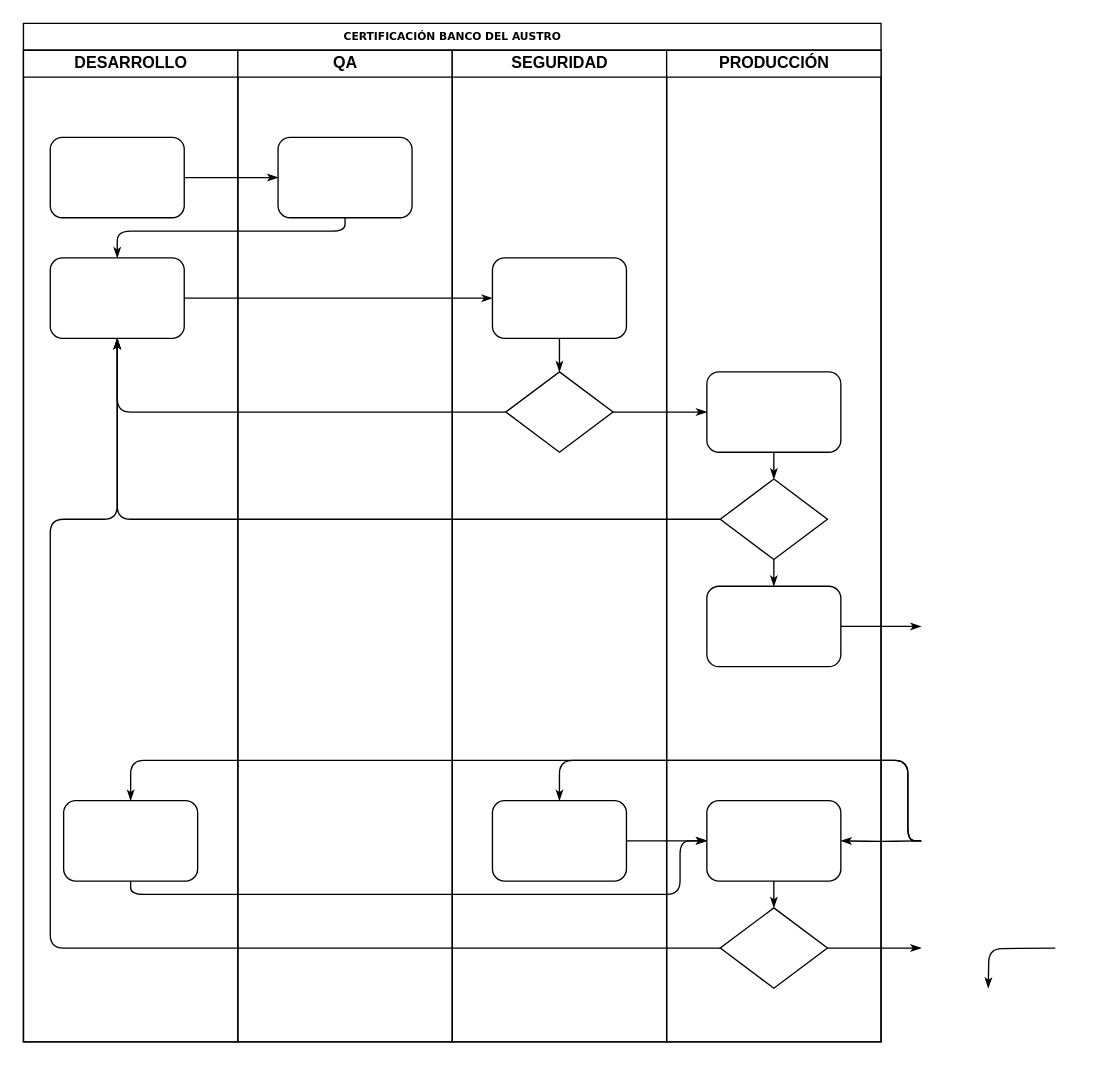
The draw.io diagram Untitled Diagram.drawio in MIchaelSalazar16/Trabajos, before the edit. Source tidied: cells renumbered, new cells numbered last; positions are measured from the earlier drawing's top-left corner, leaving out a move shared by most shapes. Both pictures are drawn from the tidied source at 134%, with x=0, y=0 at pixel (23, 23).
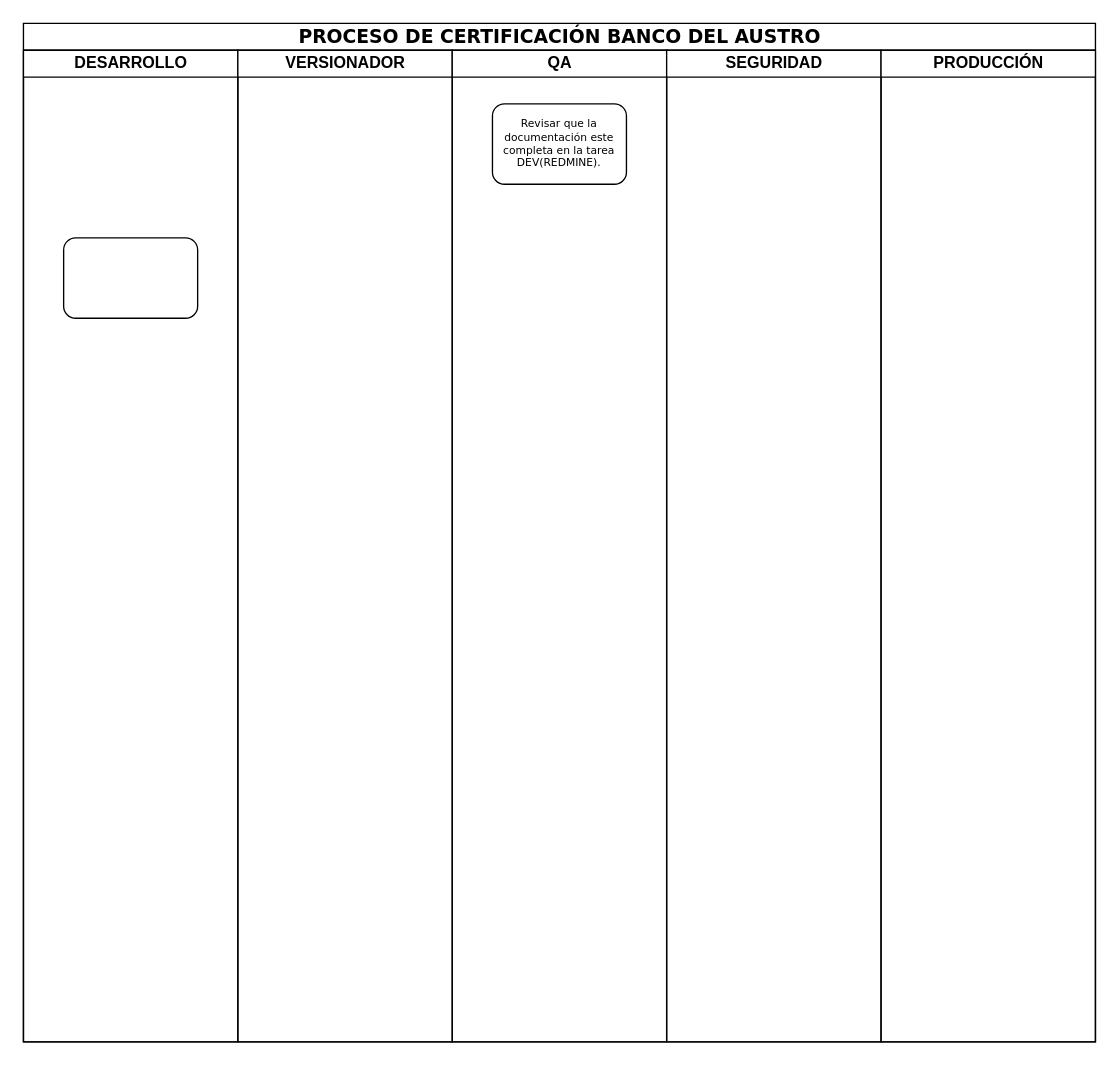
The same page after the edit.

Unchanged cells that the change refers to:
```xml
<mxCell id="3" value="DESARROLLO" style="swimlane;html=1;startSize=20;" parent="2" vertex="1">
  <mxGeometry y="20" width="160" height="740" as="geometry" />
</mxCell>
```

The edit, as a diff of the source:
```diff
@@
-    <mxCell id="2" value="CERTIFICACIÓN BANCO DEL AUSTRO" style="swimlane;html=1;startSize=20;rounded=0;shadow=0;labelBackgroundColor=none;strokeWidth=1;fontFamily=Verdana;fontSize=8;align=center;" parent="1" vertex="1">
-      <mxGeometry width="640" height="760" as="geometry" />
+    <mxCell id="2" value="&lt;font style=&quot;vertical-align: inherit ; font-size: 14px&quot;&gt;PROCESO DE CERTIFICACIÓN BANCO DEL AUSTRO&lt;/font&gt;" style="swimlane;html=1;startSize=20;rounded=0;shadow=0;labelBackgroundColor=none;strokeWidth=1;fontFamily=Verdana;fontSize=8;align=center;" parent="1" vertex="1">
+      <mxGeometry width="800" height="760" as="geometry" />
     </mxCell>
@@
+    <mxCell id="5" style="rounded=1;whiteSpace=wrap;html=1;shadow=0;labelBackgroundColor=none;strokeWidth=1;fontFamily=Verdana;fontSize=8;align=center;" parent="3" vertex="1">
+      <mxGeometry x="30" y="140" width="100" height="60" as="geometry" />
+    </mxCell>
+    <mxCell id="22" value="VERSIONADOR" style="swimlane;html=1;startSize=20;" parent="2" vertex="1">
+      <mxGeometry x="160" y="20" width="160" height="740" as="geometry" />
+    </mxCell>
+    <mxCell id="24" value="QA" style="swimlane;html=1;startSize=20;" parent="2" vertex="1">
+      <mxGeometry x="320" y="20" width="160" height="740" as="geometry" />
+    </mxCell>
-    <mxCell id="4" style="rounded=1;whiteSpace=wrap;html=1;shadow=0;labelBackgroundColor=none;strokeWidth=1;fontFamily=Verdana;fontSize=8;align=center;" parent="3" vertex="1">
-      <mxGeometry x="20" y="65" width="100" height="60" as="geometry" />
+    <mxCell id="4" value="Revisar que la documentación este completa en la tarea DEV(REDMINE)." style="rounded=1;whiteSpace=wrap;html=1;shadow=0;labelBackgroundColor=none;strokeWidth=1;fontFamily=Verdana;fontSize=8;align=center;" parent="24" vertex="1">
+      <mxGeometry x="30" y="40" width="100" height="60" as="geometry" />
     </mxCell>
-    <mxCell id="5" style="rounded=1;whiteSpace=wrap;html=1;shadow=0;labelBackgroundColor=none;strokeWidth=1;fontFamily=Verdana;fontSize=8;align=center;" parent="3" vertex="1">
-      <mxGeometry x="20" y="155" width="100" height="60" as="geometry" />
-    </mxCell>
-    <mxCell id="6" style="rounded=1;whiteSpace=wrap;html=1;shadow=0;labelBackgroundColor=none;strokeWidth=1;fontFamily=Verdana;fontSize=8;align=center;" parent="3" vertex="1">
-      <mxGeometry x="30" y="560" width="100" height="60" as="geometry" />
-    </mxCell>
-    <mxCell id="7" style="edgeStyle=orthogonalEdgeStyle;rounded=1;html=1;labelBackgroundColor=none;startArrow=none;startFill=0;startSize=5;endArrow=classicThin;endFill=1;endSize=5;jettySize=auto;strokeWidth=1;fontFamily=Verdana;fontSize=8;" parent="2" edge="1" source="4" target="23">
-      <mxGeometry relative="1" as="geometry" />
-    </mxCell>
-    <mxCell id="8" style="edgeStyle=orthogonalEdgeStyle;rounded=1;html=1;labelBackgroundColor=none;startArrow=none;startFill=0;startSize=5;endArrow=classicThin;endFill=1;endSize=5;jettySize=auto;strokeWidth=1;fontFamily=Verdana;fontSize=8;" parent="2" edge="1" source="23" target="5">
-      <mxGeometry relative="1" as="geometry">
-        <Array as="points">
-          <mxPoint x="240" y="155" />
-          <mxPoint x="70" y="155" />
-        </Array>
-      </mxGeometry>
-    </mxCell>
-    <mxCell id="9" style="edgeStyle=orthogonalEdgeStyle;rounded=1;html=1;labelBackgroundColor=none;startArrow=none;startFill=0;startSize=5;endArrow=classicThin;endFill=1;endSize=5;jettySize=auto;strokeWidth=1;fontFamily=Verdana;fontSize=8;" parent="2" edge="1" source="5" target="25">
-      <mxGeometry relative="1" as="geometry" />
-    </mxCell>
-    <mxCell id="10" style="edgeStyle=orthogonalEdgeStyle;rounded=1;html=1;labelBackgroundColor=none;startArrow=none;startFill=0;startSize=5;endArrow=classicThin;endFill=1;endSize=5;jettySize=auto;strokeWidth=1;fontFamily=Verdana;fontSize=8;" parent="2" edge="1" source="26" target="5">
-      <mxGeometry relative="1" as="geometry" />
-    </mxCell>
-    <mxCell id="11" style="edgeStyle=orthogonalEdgeStyle;rounded=1;html=1;labelBackgroundColor=none;startArrow=none;startFill=0;startSize=5;endArrow=classicThin;endFill=1;endSize=5;jettySize=auto;strokeWidth=1;fontFamily=Verdana;fontSize=8;" parent="2" edge="1" source="31" target="5">
-      <mxGeometry relative="1" as="geometry" />
-    </mxCell>
-    <mxCell id="12" style="edgeStyle=orthogonalEdgeStyle;rounded=1;html=1;labelBackgroundColor=none;startArrow=none;startFill=0;startSize=5;endArrow=classicThin;endFill=1;endSize=5;jettySize=auto;strokeWidth=1;fontFamily=Verdana;fontSize=8;" parent="2" edge="1" source="34" target="5">
-      <mxGeometry relative="1" as="geometry">
-        <Array as="points">
-          <mxPoint x="20" y="690" />
-          <mxPoint x="20" y="370" />
-          <mxPoint x="70" y="370" />
-        </Array>
-      </mxGeometry>
-    </mxCell>
-    <mxCell id="13" style="edgeStyle=orthogonalEdgeStyle;rounded=1;html=1;labelBackgroundColor=none;startArrow=none;startFill=0;startSize=5;endArrow=classicThin;endFill=1;endSize=5;jettySize=auto;strokeWidth=1;fontFamily=Verdana;fontSize=8;" parent="2" edge="1" source="26" target="30">
-      <mxGeometry relative="1" as="geometry" />
-    </mxCell>
-    <mxCell id="14" style="edgeStyle=orthogonalEdgeStyle;rounded=1;html=1;labelBackgroundColor=none;startArrow=none;startFill=0;startSize=5;endArrow=classicThin;endFill=1;endSize=5;jettySize=auto;strokeWidth=1;fontFamily=Verdana;fontSize=8;" parent="2" edge="1" source="34">
-      <mxGeometry relative="1" as="geometry">
-        <mxPoint x="670" y="690" as="targetPoint" />
-      </mxGeometry>
-    </mxCell>
-    <mxCell id="15" style="edgeStyle=orthogonalEdgeStyle;rounded=1;html=1;labelBackgroundColor=none;startArrow=none;startFill=0;startSize=5;endArrow=classicThin;endFill=1;endSize=5;jettySize=auto;orthogonalLoop=1;strokeWidth=1;fontFamily=Verdana;fontSize=8;" parent="2" edge="1">
-      <mxGeometry relative="1" as="geometry">
-        <mxPoint x="770" y="690" as="sourcePoint" />
-        <mxPoint x="720" y="720" as="targetPoint" />
-      </mxGeometry>
-    </mxCell>
-    <mxCell id="16" style="edgeStyle=orthogonalEdgeStyle;rounded=1;html=1;labelBackgroundColor=none;startArrow=none;startFill=0;startSize=5;endArrow=classicThin;endFill=1;endSize=5;jettySize=auto;strokeWidth=1;fontFamily=Verdana;fontSize=8;" parent="2" edge="1" source="32">
-      <mxGeometry relative="1" as="geometry">
-        <mxPoint x="670" y="450" as="targetPoint" />
-      </mxGeometry>
-    </mxCell>
-    <mxCell id="17" style="edgeStyle=orthogonalEdgeStyle;rounded=1;html=1;labelBackgroundColor=none;startArrow=none;startFill=0;startSize=5;endArrow=classicThin;endFill=1;endSize=5;jettySize=auto;strokeWidth=1;fontFamily=Verdana;fontSize=8;" parent="2" edge="1" target="27">
-      <mxGeometry relative="1" as="geometry">
-        <mxPoint x="670" y="610" as="sourcePoint" />
-        <Array as="points">
-          <mxPoint x="660" y="610" />
-          <mxPoint x="660" y="550" />
-          <mxPoint x="400" y="550" />
-        </Array>
-      </mxGeometry>
-    </mxCell>
-    <mxCell id="18" style="edgeStyle=orthogonalEdgeStyle;rounded=1;html=1;labelBackgroundColor=none;startArrow=none;startFill=0;startSize=5;endArrow=classicThin;endFill=1;endSize=5;jettySize=auto;strokeColor=#000000;strokeWidth=1;fontFamily=Verdana;fontSize=8;fontColor=#000000;" parent="2" edge="1" target="33">
-      <mxGeometry relative="1" as="geometry">
-        <mxPoint x="670" y="610" as="sourcePoint" />
-      </mxGeometry>
-    </mxCell>
-    <mxCell id="19" style="edgeStyle=orthogonalEdgeStyle;rounded=1;html=1;labelBackgroundColor=none;startArrow=none;startFill=0;startSize=5;endArrow=classicThin;endFill=1;endSize=5;jettySize=auto;strokeWidth=1;fontFamily=Verdana;fontSize=8;" parent="2" edge="1" target="6">
-      <mxGeometry relative="1" as="geometry">
-        <mxPoint x="670" y="610" as="sourcePoint" />
-        <Array as="points">
-          <mxPoint x="660" y="610" />
-          <mxPoint x="660" y="550" />
-          <mxPoint x="80" y="550" />
-        </Array>
-      </mxGeometry>
-    </mxCell>
-    <mxCell id="20" style="edgeStyle=orthogonalEdgeStyle;rounded=1;html=1;labelBackgroundColor=none;startArrow=none;startFill=0;startSize=5;endArrow=classicThin;endFill=1;endSize=5;jettySize=auto;strokeWidth=1;fontFamily=Verdana;fontSize=8;" parent="2" edge="1" source="6" target="33">
-      <mxGeometry relative="1" as="geometry">
-        <Array as="points">
-          <mxPoint x="80" y="650" />
-          <mxPoint x="490" y="650" />
-          <mxPoint x="490" y="610" />
-        </Array>
-      </mxGeometry>
-    </mxCell>
-    <mxCell id="21" style="edgeStyle=orthogonalEdgeStyle;rounded=1;html=1;labelBackgroundColor=none;startArrow=none;startFill=0;startSize=5;endArrow=classicThin;endFill=1;endSize=5;jettySize=auto;strokeWidth=1;fontFamily=Verdana;fontSize=8;" parent="2" edge="1" source="27" target="33">
-      <mxGeometry relative="1" as="geometry" />
-    </mxCell>
-    <mxCell id="22" value="QA" style="swimlane;html=1;startSize=20;" parent="2" vertex="1">
-      <mxGeometry x="160" y="20" width="160" height="740" as="geometry" />
-    </mxCell>
-    <mxCell id="23" style="rounded=1;whiteSpace=wrap;html=1;shadow=0;labelBackgroundColor=none;strokeWidth=1;fontFamily=Verdana;fontSize=8;align=center;" parent="22" vertex="1">
-      <mxGeometry x="30" y="65" width="100" height="60" as="geometry" />
-    </mxCell>
-    <mxCell id="24" value="SEGURIDAD" style="swimlane;html=1;startSize=20;" parent="2" vertex="1">
-      <mxGeometry x="320" y="20" width="160" height="740" as="geometry" />
-    </mxCell>
-    <mxCell id="25" style="rounded=1;whiteSpace=wrap;html=1;shadow=0;labelBackgroundColor=none;strokeWidth=1;fontFamily=Verdana;fontSize=8;align=center;" parent="24" vertex="1">
-      <mxGeometry x="30" y="155" width="100" height="60" as="geometry" />
-    </mxCell>
-    <mxCell id="26" style="rhombus;whiteSpace=wrap;html=1;rounded=0;shadow=0;labelBackgroundColor=none;strokeWidth=1;fontFamily=Verdana;fontSize=8;align=center;" parent="24" vertex="1">
-      <mxGeometry x="40" y="240" width="80" height="60" as="geometry" />
-    </mxCell>
-    <mxCell id="27" style="rounded=1;whiteSpace=wrap;html=1;shadow=0;labelBackgroundColor=none;strokeWidth=1;fontFamily=Verdana;fontSize=8;align=center;" parent="24" vertex="1">
-      <mxGeometry x="30" y="560" width="100" height="60" as="geometry" />
-    </mxCell>
-    <mxCell id="28" style="edgeStyle=orthogonalEdgeStyle;rounded=1;html=1;labelBackgroundColor=none;startArrow=none;startFill=0;startSize=5;endArrow=classicThin;endFill=1;endSize=5;jettySize=auto;strokeWidth=1;fontFamily=Verdana;fontSize=8;" parent="24" edge="1" source="25" target="26">
-      <mxGeometry relative="1" as="geometry" />
-    </mxCell>
-    <mxCell id="29" value="PRODUCCIÓN" style="swimlane;html=1;startSize=20;" parent="2" vertex="1">
+    <mxCell id="29" value="SEGURIDAD" style="swimlane;html=1;startSize=20;" parent="2" vertex="1">
       <mxGeometry x="480" y="20" width="160" height="740" as="geometry" />
     </mxCell>
-    <mxCell id="30" style="rounded=1;whiteSpace=wrap;html=1;shadow=0;labelBackgroundColor=none;strokeWidth=1;fontFamily=Verdana;fontSize=8;align=center;" parent="29" vertex="1">
-      <mxGeometry x="30" y="240" width="100" height="60" as="geometry" />
-    </mxCell>
-    <mxCell id="31" style="rhombus;whiteSpace=wrap;html=1;rounded=0;shadow=0;labelBackgroundColor=none;strokeWidth=1;fontFamily=Verdana;fontSize=8;align=center;" parent="29" vertex="1">
-      <mxGeometry x="40" y="320" width="80" height="60" as="geometry" />
-    </mxCell>
-    <mxCell id="32" style="rounded=1;whiteSpace=wrap;html=1;shadow=0;labelBackgroundColor=none;strokeWidth=1;fontFamily=Verdana;fontSize=8;align=center;" parent="29" vertex="1">
-      <mxGeometry x="30" y="400" width="100" height="60" as="geometry" />
-    </mxCell>
-    <mxCell id="33" style="rounded=1;whiteSpace=wrap;html=1;shadow=0;labelBackgroundColor=none;strokeWidth=1;fontFamily=Verdana;fontSize=8;align=center;" parent="29" vertex="1">
-      <mxGeometry x="30" y="560" width="100" height="60" as="geometry" />
-    </mxCell>
-    <mxCell id="34" style="rhombus;whiteSpace=wrap;html=1;rounded=0;shadow=0;labelBackgroundColor=none;strokeWidth=1;fontFamily=Verdana;fontSize=8;align=center;" parent="29" vertex="1">
-      <mxGeometry x="40" y="640" width="80" height="60" as="geometry" />
-    </mxCell>
-    <mxCell id="35" style="edgeStyle=orthogonalEdgeStyle;rounded=1;html=1;labelBackgroundColor=none;startArrow=none;startFill=0;startSize=5;endArrow=classicThin;endFill=1;endSize=5;jettySize=auto;strokeColor=#000000;strokeWidth=1;fontFamily=Verdana;fontSize=8;fontColor=#000000;" parent="29" edge="1" source="30" target="31">
-      <mxGeometry relative="1" as="geometry" />
-    </mxCell>
-    <mxCell id="36" style="edgeStyle=orthogonalEdgeStyle;rounded=1;html=1;labelBackgroundColor=none;startArrow=none;startFill=0;startSize=5;endArrow=classicThin;endFill=1;endSize=5;jettySize=auto;strokeWidth=1;fontFamily=Verdana;fontSize=8;" parent="29" edge="1" source="31" target="32">
-      <mxGeometry relative="1" as="geometry" />
-    </mxCell>
-    <mxCell id="37" style="edgeStyle=orthogonalEdgeStyle;rounded=1;html=1;labelBackgroundColor=none;startArrow=none;startFill=0;startSize=5;endArrow=classicThin;endFill=1;endSize=5;jettySize=auto;strokeWidth=1;fontFamily=Verdana;fontSize=8;" parent="29" edge="1" source="33" target="34">
-      <mxGeometry relative="1" as="geometry" />
-    </mxCell>
+    <mxCell id="38" value="PRODUCCIÓN" style="swimlane;html=1;startSize=20;" parent="2" vertex="1">
+      <mxGeometry x="640" y="20" width="160" height="740" as="geometry" />
+    </mxCell>
```
